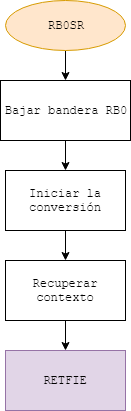
tomasspi/EDII keeps this draw.io diagram as TPFinal/Diagramas/RB0.png. Above is the earlier version. Source tidied: cells renumbered, new cells last; positions are measured from the earlier drawing's top-left corner, leaving out a move shared by most shapes.
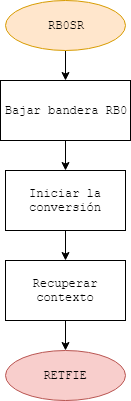
After the commit.

Diff of the diagram source:
```diff
@@ -20,14 +20,16 @@
     <mxCell id="7" value="Iniciar la conversión" style="rounded=0;whiteSpace=wrap;html=1;fontFamily=Courier New;" parent="1" vertex="1">
       <mxGeometry x="5" y="170" width="120" height="60" as="geometry" />
     </mxCell>
-    <mxCell id="8" style="edgeStyle=orthogonalEdgeStyle;rounded=0;jettySize=auto;html=1;entryX=0.5;entryY=0;entryDx=0;entryDy=0;fontFamily=Courier New;" parent="1" edge="1" source="9" target="10">
-      <mxGeometry relative="1" as="geometry" />
+    <mxCell id="8" style="edgeStyle=orthogonalEdgeStyle;rounded=0;jettySize=auto;html=1;entryX=0.5;entryY=0;entryDx=0;entryDy=0;fontFamily=Courier New;" parent="1" edge="1" source="9">
+      <mxGeometry relative="1" as="geometry">
+        <mxPoint x="65" y="350" as="targetPoint" />
+      </mxGeometry>
     </mxCell>
     <mxCell id="9" value="Recuperar contexto" style="rounded=0;whiteSpace=wrap;html=1;fontFamily=Courier New;" parent="1" vertex="1">
       <mxGeometry x="5" y="260" width="120" height="60" as="geometry" />
     </mxCell>
-    <mxCell id="10" value="RETFIE" style="rounded=0;whiteSpace=wrap;html=1;fontFamily=Courier New;fillColor=#e1d5e7;strokeColor=#9673a6;" parent="1" vertex="1">
-      <mxGeometry x="5" y="350" width="120" height="60" as="geometry" />
+    <mxCell id="10" value="RETFIE" style="ellipse;whiteSpace=wrap;html=1;fillColor=#f8cecc;strokeColor=#b85450;fontFamily=Courier New;" parent="1" vertex="1">
+      <mxGeometry x="5" y="350" width="120" height="50" as="geometry" />
     </mxCell>
   </root>
 </mxGraphModel>
```
